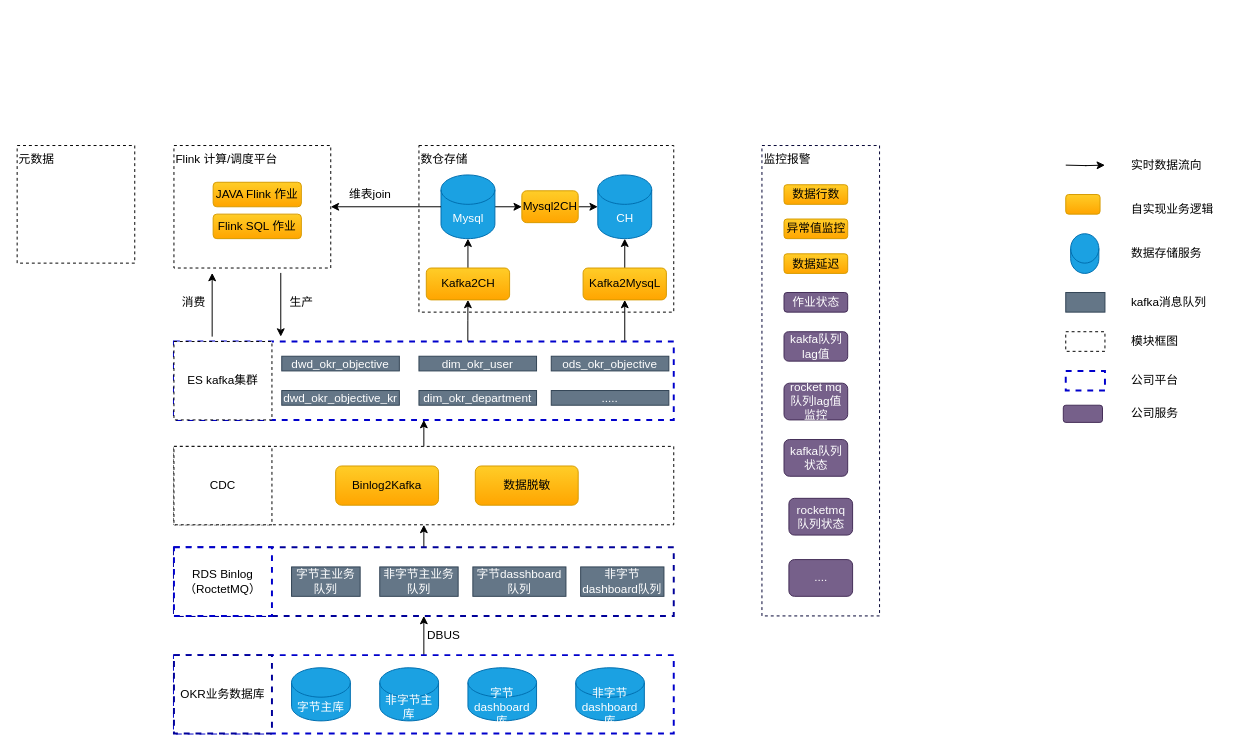
cicelprg/drawio keeps this draw.io diagram as okrx/okrx 数据流.drawio. Above is the earlier version. Source tidied: cells renumbered, new cells numbered last; positions are measured from the earlier drawing's top-left corner, leaving out a move shared by most shapes. Both pictures are drawn from the tidied source at 98%, with x=0, y=0 at pixel (17, 145).
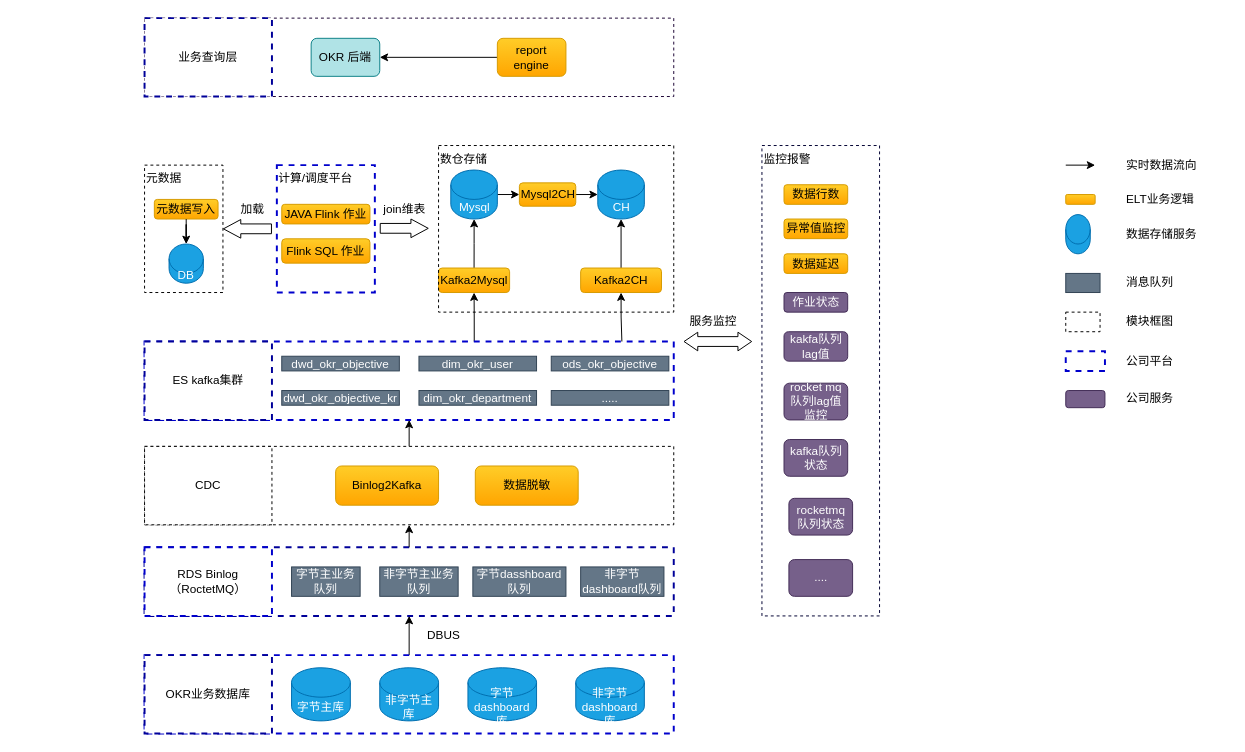
Above is the later version.

Change to the diagram source:
```diff
@@
     <mxCell id="3" style="rounded=0;whiteSpace=wrap;html=1;strokeWidth=2;fillColor=none;align=left;dashed=1;strokeColor=#0000CC;" parent="1" vertex="1">
-      <mxGeometry x="160" y="520" width="510" height="80" as="geometry" />
+      <mxGeometry x="130" y="520" width="540" height="80" as="geometry" />
     </mxCell>
     <mxCell id="4" value="OKR业务数据库" style="whiteSpace=wrap;html=1;strokeWidth=2;align=center;dashed=1;strokeColor=#000099;" parent="1" vertex="1">
-      <mxGeometry x="160" y="520" width="100" height="80" as="geometry" />
+      <mxGeometry x="130" y="520" width="130" height="80" as="geometry" />
     </mxCell>
-    <mxCell id="5" style="edgeStyle=orthogonalEdgeStyle;rounded=0;jettySize=auto;html=1;exitX=0.5;exitY=0;exitDx=0;exitDy=0;entryX=0.5;entryY=1;entryDx=0;entryDy=0;strokeWidth=1;" parent="1" edge="1" source="6" target="13">
-      <mxGeometry relative="1" as="geometry" />
-    </mxCell>
     <mxCell id="6" style="rounded=0;whiteSpace=wrap;html=1;strokeWidth=2;fillColor=none;align=left;dashed=1;strokeColor=#000099;" parent="1" vertex="1">
-      <mxGeometry x="160" y="410" width="510" height="70" as="geometry" />
+      <mxGeometry x="130" y="410" width="540" height="70" as="geometry" />
     </mxCell>
     <mxCell id="7" value="RDS Binlog&lt;br&gt;（RoctetMQ）" style="whiteSpace=wrap;html=1;strokeWidth=2;align=center;dashed=1;strokeColor=#0000CC;" parent="1" vertex="1">
-      <mxGeometry x="160" y="410" width="100" height="70" as="geometry" />
+      <mxGeometry x="130" y="410" width="130" height="70" as="geometry" />
     </mxCell>
@@
-    <mxCell id="12" style="edgeStyle=orthogonalEdgeStyle;rounded=0;jettySize=auto;html=1;exitX=0.5;exitY=0;exitDx=0;exitDy=0;entryX=0.5;entryY=1;entryDx=0;entryDy=0;strokeWidth=1;" parent="1" edge="1" source="13" target="18">
-      <mxGeometry relative="1" as="geometry" />
-    </mxCell>
+    <mxCell id="76" style="edgeStyle=orthogonalEdgeStyle;rounded=0;jettySize=auto;html=1;exitX=0.5;exitY=1;exitDx=0;exitDy=0;entryX=0.5;entryY=0;entryDx=0;entryDy=0;startArrow=classic;startFill=1;endArrow=none;endFill=0;strokeWidth=1;" parent="1" edge="1" source="13" target="6">
+      <mxGeometry relative="1" as="geometry" />
+    </mxCell>
     <mxCell id="13" style="rounded=0;whiteSpace=wrap;html=1;strokeWidth=1;fillColor=none;align=left;dashed=1;" parent="1" vertex="1">
-      <mxGeometry x="160" y="307" width="510" height="80" as="geometry" />
+      <mxGeometry x="130" y="307" width="540" height="80" as="geometry" />
     </mxCell>
     <mxCell id="14" value="CDC" style="whiteSpace=wrap;html=1;strokeWidth=1;align=center;dashed=1;" parent="1" vertex="1">
-      <mxGeometry x="160" y="307" width="100" height="80" as="geometry" />
+      <mxGeometry x="130" y="307" width="130" height="80" as="geometry" />
     </mxCell>
@@
-    <mxCell id="17" style="edgeStyle=orthogonalEdgeStyle;rounded=0;jettySize=auto;html=1;exitX=0.902;exitY=0;exitDx=0;exitDy=0;entryX=0.5;entryY=1;entryDx=0;entryDy=0;strokeWidth=1;exitPerimeter=0;" parent="1" edge="1" source="18" target="28">
-      <mxGeometry relative="1" as="geometry" />
-    </mxCell>
+    <mxCell id="21" style="edgeStyle=orthogonalEdgeStyle;rounded=0;jettySize=auto;html=1;exitX=0.623;exitY=0;exitDx=0;exitDy=0;entryX=0.5;entryY=1;entryDx=0;entryDy=0;startArrow=none;startFill=0;endArrow=classic;endFill=1;strokeWidth=1;exitPerimeter=0;" parent="1" edge="1" source="18" target="26">
+      <mxGeometry relative="1" as="geometry" />
+    </mxCell>
+    <mxCell id="77" style="edgeStyle=orthogonalEdgeStyle;rounded=0;jettySize=auto;html=1;exitX=0.5;exitY=1;exitDx=0;exitDy=0;entryX=0.5;entryY=0;entryDx=0;entryDy=0;startArrow=classic;startFill=1;endArrow=none;endFill=0;strokeWidth=1;" parent="1" edge="1" source="18" target="13">
+      <mxGeometry relative="1" as="geometry" />
+    </mxCell>
     <mxCell id="18" style="rounded=0;whiteSpace=wrap;html=1;strokeWidth=2;fillColor=none;align=left;dashed=1;strokeColor=#0000CC;" parent="1" vertex="1">
-      <mxGeometry x="160" y="200" width="510" height="80" as="geometry" />
+      <mxGeometry x="130" y="200" width="540" height="80" as="geometry" />
     </mxCell>
-    <mxCell id="19" value="ES kafka集群" style="whiteSpace=wrap;html=1;strokeWidth=1;align=center;dashed=1;" parent="1" vertex="1">
-      <mxGeometry x="160" y="200" width="100" height="80" as="geometry" />
+    <mxCell id="19" value="ES kafka集群" style="whiteSpace=wrap;html=1;strokeWidth=2;align=center;dashed=1;strokeColor=#000099;" parent="1" vertex="1">
+      <mxGeometry x="130" y="200" width="130" height="80" as="geometry" />
     </mxCell>
@@
-    <mxCell id="21" style="edgeStyle=orthogonalEdgeStyle;rounded=0;jettySize=auto;html=1;entryX=0.5;entryY=1;entryDx=0;entryDy=0;strokeWidth=1;exitX=0.588;exitY=0;exitDx=0;exitDy=0;exitPerimeter=0;" parent="1" edge="1" source="18" target="26">
-      <mxGeometry relative="1" as="geometry" />
-    </mxCell>
-    <mxCell id="22" style="edgeStyle=orthogonalEdgeStyle;rounded=0;jettySize=auto;html=1;exitX=1;exitY=0.5;exitDx=0;exitDy=0;exitPerimeter=0;strokeWidth=1;" parent="1" edge="1" source="23">
-      <mxGeometry relative="1" as="geometry">
-        <mxPoint x="515" y="62.5" as="targetPoint" />
-      </mxGeometry>
-    </mxCell>
+    <mxCell id="78" style="edgeStyle=orthogonalEdgeStyle;rounded=0;jettySize=auto;html=1;exitX=1;exitY=0.5;exitDx=0;exitDy=0;exitPerimeter=0;entryX=0;entryY=0.5;entryDx=0;entryDy=0;startArrow=none;startFill=0;endArrow=classic;endFill=1;strokeWidth=1;" parent="1" edge="1" source="23" target="36">
+      <mxGeometry relative="1" as="geometry" />
+    </mxCell>
     <mxCell id="23" value="Mysql" style="shape=cylinder3;whiteSpace=wrap;html=1;boundedLbl=1;backgroundOutline=1;size=15;strokeWidth=1;fillColor=#1ba1e2;align=center;strokeColor=#006EAF;fontColor=#ffffff;" parent="1" vertex="1">
-      <mxGeometry x="432.5" y="30" width="55" height="65" as="geometry" />
+      <mxGeometry x="442.5" y="25" width="47.5" height="50" as="geometry" />
     </mxCell>
     <mxCell id="24" value="CH" style="shape=cylinder3;whiteSpace=wrap;html=1;boundedLbl=1;backgroundOutline=1;size=15;strokeWidth=1;fillColor=#1ba1e2;align=center;strokeColor=#006EAF;fontColor=#ffffff;" parent="1" vertex="1">
-      <mxGeometry x="592.5" y="30" width="55" height="65" as="geometry" />
+      <mxGeometry x="592.5" y="25" width="47.5" height="50" as="geometry" />
     </mxCell>
-    <mxCell id="25" style="edgeStyle=orthogonalEdgeStyle;rounded=0;jettySize=auto;html=1;exitX=0.5;exitY=0;exitDx=0;exitDy=0;entryX=0.5;entryY=1;entryDx=0;entryDy=0;entryPerimeter=0;strokeWidth=1;" parent="1" edge="1" source="26" target="23">
+    <mxCell id="25" style="edgeStyle=orthogonalEdgeStyle;rounded=0;jettySize=auto;html=1;exitX=0.5;exitY=0;exitDx=0;exitDy=0;startArrow=none;startFill=0;endArrow=classic;endFill=1;strokeWidth=1;" parent="1" edge="1" source="26" target="23">
       <mxGeometry relative="1" as="geometry" />
     </mxCell>
-    <mxCell id="26" value="Kafka2CH" style="rounded=1;whiteSpace=wrap;html=1;strokeWidth=1;fillColor=#ffcd28;align=center;strokeColor=#d79b00;gradientColor=#ffa500;" parent="1" vertex="1">
-      <mxGeometry x="417.5" y="125" width="85" height="32.5" as="geometry" />
+    <mxCell id="26" value="Kafka2Mysql" style="rounded=1;whiteSpace=wrap;html=1;strokeWidth=1;fillColor=#ffcd28;align=center;strokeColor=#d79b00;gradientColor=#ffa500;" parent="1" vertex="1">
+      <mxGeometry x="430" y="125" width="72.5" height="25" as="geometry" />
     </mxCell>
-    <mxCell id="27" style="edgeStyle=orthogonalEdgeStyle;rounded=0;jettySize=auto;html=1;exitX=0.5;exitY=0;exitDx=0;exitDy=0;entryX=0.5;entryY=1;entryDx=0;entryDy=0;entryPerimeter=0;strokeWidth=1;" parent="1" edge="1" source="28" target="24">
+    <mxCell id="27" style="edgeStyle=orthogonalEdgeStyle;rounded=0;jettySize=auto;html=1;exitX=0.5;exitY=0;exitDx=0;exitDy=0;entryX=0.5;entryY=1;entryDx=0;entryDy=0;entryPerimeter=0;startArrow=none;startFill=0;endArrow=classic;endFill=1;strokeWidth=1;" parent="1" edge="1" source="28" target="24">
       <mxGeometry relative="1" as="geometry" />
     </mxCell>
+    <mxCell id="79" style="edgeStyle=orthogonalEdgeStyle;rounded=0;jettySize=auto;html=1;exitX=0.5;exitY=1;exitDx=0;exitDy=0;entryX=0.902;entryY=0;entryDx=0;entryDy=0;entryPerimeter=0;startArrow=classic;startFill=1;endArrow=none;endFill=0;strokeWidth=1;" parent="1" edge="1" source="28" target="18">
+      <mxGeometry relative="1" as="geometry" />
+    </mxCell>
-    <mxCell id="28" value="Kafka2MysqL" style="rounded=1;whiteSpace=wrap;html=1;strokeWidth=1;fillColor=#ffcd28;align=center;strokeColor=#d79b00;gradientColor=#ffa500;" parent="1" vertex="1">
-      <mxGeometry x="577.5" y="125" width="85" height="32.5" as="geometry" />
+    <mxCell id="28" value="Kafka2CH" style="rounded=1;whiteSpace=wrap;html=1;strokeWidth=1;fillColor=#ffcd28;align=center;strokeColor=#d79b00;gradientColor=#ffa500;" parent="1" vertex="1">
+      <mxGeometry x="575" y="125" width="82.5" height="25" as="geometry" />
     </mxCell>
-    <mxCell id="29" style="edgeStyle=orthogonalEdgeStyle;rounded=0;jettySize=auto;html=1;entryX=0;entryY=0.5;entryDx=0;entryDy=0;entryPerimeter=0;strokeWidth=1;" parent="1" edge="1" source="36" target="24">
-      <mxGeometry relative="1" as="geometry" />
-    </mxCell>
     <mxCell id="30" value="Flink SQL 作业" style="rounded=1;whiteSpace=wrap;html=1;strokeWidth=1;fillColor=#ffcd28;align=center;strokeColor=#d79b00;gradientColor=#ffa500;" parent="1" vertex="1">
-      <mxGeometry x="200" y="70" width="90" height="25" as="geometry" />
+      <mxGeometry x="270" y="95.2" width="90" height="24.8" as="geometry" />
     </mxCell>
     <mxCell id="31" value="数仓存储" style="rounded=0;whiteSpace=wrap;html=1;strokeWidth=1;fillColor=none;align=left;verticalAlign=top;dashed=1;" parent="1" vertex="1">
-      <mxGeometry x="410" width="260" height="170" as="geometry" />
+      <mxGeometry x="430" width="240" height="170" as="geometry" />
     </mxCell>
-    <mxCell id="32" value="维表join" style="text;html=1;align=center;verticalAlign=middle;" parent="1" vertex="1">
-      <mxGeometry x="330" y="40" width="60" height="20" as="geometry" />
+    <mxCell id="32" value="join维表" style="text;html=1;align=center;verticalAlign=middle;" parent="1" vertex="1">
+      <mxGeometry x="365" y="55" width="60" height="20" as="geometry" />
     </mxCell>
     <mxCell id="33" style="edgeStyle=orthogonalEdgeStyle;rounded=0;orthogonalLoop=1;jettySize=auto;html=1;entryX=0.6;entryY=0;entryDx=0;entryDy=0;entryPerimeter=0;strokeWidth=1;endArrow=none;endFill=0;startArrow=classic;startFill=1;" parent="1" edge="1">
       <mxGeometry relative="1" as="geometry">
-        <mxPoint x="1110" y="20" as="sourcePoint" />
+        <mxPoint x="1100" y="20" as="sourcePoint" />
         <mxPoint x="1070" y="20" as="targetPoint" />
       </mxGeometry>
     </mxCell>
     <mxCell id="34" value="实时数据流向" style="text;html=1;align=left;verticalAlign=middle;" parent="1" vertex="1">
-      <mxGeometry x="1135" y="10" width="90" height="20" as="geometry" />
+      <mxGeometry x="1130" y="10" width="90" height="20" as="geometry" />
     </mxCell>
     <mxCell id="35" style="rounded=1;whiteSpace=wrap;html=1;strokeWidth=1;fillColor=#ffcd28;align=center;strokeColor=#d79b00;gradientColor=#ffa500;" parent="1" vertex="1">
-      <mxGeometry x="1070" y="50" width="35" height="20" as="geometry" />
+      <mxGeometry x="1070" y="50" width="30" height="10" as="geometry" />
     </mxCell>
+    <mxCell id="29" style="edgeStyle=orthogonalEdgeStyle;rounded=0;jettySize=auto;html=1;exitX=1;exitY=0.5;exitDx=0;exitDy=0;entryX=0;entryY=0.5;entryDx=0;entryDy=0;entryPerimeter=0;startArrow=none;startFill=0;endArrow=classic;endFill=1;strokeWidth=1;" parent="1" edge="1" source="36" target="24">
+      <mxGeometry relative="1" as="geometry" />
+    </mxCell>
     <mxCell id="36" value="Mysql2CH" style="rounded=1;whiteSpace=wrap;html=1;strokeWidth=1;fillColor=#ffcd28;align=center;strokeColor=#d79b00;gradientColor=#ffa500;" parent="1" vertex="1">
-      <mxGeometry x="515" y="46.2" width="57.5" height="32.5" as="geometry" />
+      <mxGeometry x="512.5" y="38.1" width="57.5" height="23.8" as="geometry" />
     </mxCell>
-    <mxCell id="37" value="自实现业务逻辑" style="text;html=1;align=left;verticalAlign=middle;" parent="1" vertex="1">
-      <mxGeometry x="1135" y="55" width="100" height="20" as="geometry" />
+    <mxCell id="37" value="ELT业务逻辑" style="text;html=1;align=left;verticalAlign=middle;" parent="1" vertex="1">
+      <mxGeometry x="1130" y="45" width="80" height="20" as="geometry" />
     </mxCell>
     <mxCell id="38" style="shape=cylinder3;whiteSpace=wrap;html=1;boundedLbl=1;backgroundOutline=1;size=15;strokeWidth=1;fillColor=#1ba1e2;align=center;strokeColor=#006EAF;fontColor=#ffffff;" parent="1" vertex="1">
-      <mxGeometry x="1075" y="90" width="28.8" height="40.5" as="geometry" />
+      <mxGeometry x="1070" y="70.5" width="25" height="40" as="geometry" />
     </mxCell>
     <mxCell id="39" value="数据存储服务" style="text;html=1;align=left;verticalAlign=middle;" parent="1" vertex="1">
-      <mxGeometry x="1135" y="100.2" width="90" height="20" as="geometry" />
+      <mxGeometry x="1130" y="80.5" width="90" height="20" as="geometry" />
     </mxCell>
     <mxCell id="40" style="rounded=0;whiteSpace=wrap;html=1;strokeWidth=1;fillColor=#647687;align=center;strokeColor=#314354;fontColor=#ffffff;" parent="1" vertex="1">
-      <mxGeometry x="1070" y="150" width="40" height="20" as="geometry" />
+      <mxGeometry x="1070" y="130.5" width="35" height="19.5" as="geometry" />
     </mxCell>
-    <mxCell id="41" value="kafka消息队列" style="text;html=1;align=left;verticalAlign=middle;" parent="1" vertex="1">
-      <mxGeometry x="1135" y="150" width="90" height="20" as="geometry" />
+    <mxCell id="41" value="消息队列" style="text;html=1;align=left;verticalAlign=middle;" parent="1" vertex="1">
+      <mxGeometry x="1130" y="130" width="60" height="20" as="geometry" />
     </mxCell>
     <mxCell id="42" style="rounded=0;whiteSpace=wrap;html=1;strokeWidth=1;fillColor=none;align=left;dashed=1;" parent="1" vertex="1">
-      <mxGeometry x="1070" y="190" width="40" height="20" as="geometry" />
+      <mxGeometry x="1070" y="170" width="35" height="20" as="geometry" />
     </mxCell>
     <mxCell id="43" value="模块框图" style="text;html=1;align=left;verticalAlign=middle;" parent="1" vertex="1">
-      <mxGeometry x="1135" y="190" width="60" height="20" as="geometry" />
+      <mxGeometry x="1130" y="170" width="60" height="20" as="geometry" />
     </mxCell>
@@
-    <mxCell id="54" value="Flink 计算/调度平台" style="rounded=0;whiteSpace=wrap;html=1;strokeWidth=1;align=left;fillColor=none;verticalAlign=top;dashed=1;" parent="1" vertex="1">
-      <mxGeometry x="160" width="160" height="125" as="geometry" />
+    <mxCell id="54" value="计算/调度平台" style="rounded=0;whiteSpace=wrap;html=1;strokeWidth=2;align=left;fillColor=none;verticalAlign=top;strokeColor=#0000CC;dashed=1;" parent="1" vertex="1">
+      <mxGeometry x="265" y="20" width="100" height="130" as="geometry" />
     </mxCell>
-    <mxCell id="55" style="edgeStyle=orthogonalEdgeStyle;rounded=0;jettySize=auto;html=1;exitX=0;exitY=0.5;exitDx=0;exitDy=0;exitPerimeter=0;entryX=1;entryY=0.5;entryDx=0;entryDy=0;strokeWidth=1;" parent="1" edge="1" source="23" target="54">
-      <mxGeometry relative="1" as="geometry" />
-    </mxCell>
     <mxCell id="56" value="JAVA Flink 作业" style="rounded=1;whiteSpace=wrap;html=1;strokeWidth=1;fillColor=#ffcd28;align=center;strokeColor=#d79b00;gradientColor=#ffa500;" parent="1" vertex="1">
-      <mxGeometry x="200" y="37.5" width="90" height="25" as="geometry" />
+      <mxGeometry x="270" y="60" width="90" height="20" as="geometry" />
     </mxCell>
-    <mxCell id="57" style="endArrow=classic;html=1;strokeWidth=1;" parent="1" edge="1">
-      <mxGeometry relative="1" as="geometry">
-        <mxPoint x="199" y="195" as="sourcePoint" />
-        <mxPoint x="199" y="130" as="targetPoint" />
-      </mxGeometry>
-    </mxCell>
-    <mxCell id="58" style="endArrow=none;html=1;strokeWidth=1;startArrow=classic;startFill=1;endFill=0;" parent="1" edge="1">
-      <mxGeometry relative="1" as="geometry">
-        <mxPoint x="269" y="195" as="sourcePoint" />
-        <mxPoint x="269" y="130" as="targetPoint" />
-      </mxGeometry>
-    </mxCell>
-    <mxCell id="59" value="消费" style="text;html=1;align=center;verticalAlign=middle;" parent="1" vertex="1">
-      <mxGeometry x="160" y="150" width="40" height="20" as="geometry" />
-    </mxCell>
-    <mxCell id="60" value="生产" style="text;html=1;align=center;verticalAlign=middle;" parent="1" vertex="1">
-      <mxGeometry x="270" y="150" width="40" height="20" as="geometry" />
-    </mxCell>
     <mxCell id="61" style="rounded=0;whiteSpace=wrap;html=1;strokeWidth=2;fillColor=none;align=left;dashed=1;strokeColor=#0000CC;" parent="1" vertex="1">
-      <mxGeometry x="1070" y="230" width="40" height="20" as="geometry" />
+      <mxGeometry x="1070" y="210" width="40" height="20" as="geometry" />
     </mxCell>
     <mxCell id="62" value="公司平台" style="text;html=1;align=left;verticalAlign=middle;" parent="1" vertex="1">
-      <mxGeometry x="1135" y="230" width="60" height="20" as="geometry" />
+      <mxGeometry x="1130" y="210" width="60" height="20" as="geometry" />
     </mxCell>
@@
     <mxCell id="70" style="rounded=1;whiteSpace=wrap;html=1;strokeWidth=1;fillColor=#76608a;align=center;strokeColor=#432D57;fontColor=#ffffff;" parent="1" vertex="1">
-      <mxGeometry x="1067.5" y="265" width="40" height="17.5" as="geometry" />
+      <mxGeometry x="1070" y="250" width="40" height="17.5" as="geometry" />
     </mxCell>
     <mxCell id="71" value="公司服务" style="text;html=1;align=left;verticalAlign=middle;" parent="1" vertex="1">
-      <mxGeometry x="1135" y="262.5" width="60" height="20" as="geometry" />
+      <mxGeometry x="1130" y="247.5" width="60" height="20" as="geometry" />
     </mxCell>
     <mxCell id="72" value="元数据" style="rounded=0;whiteSpace=wrap;html=1;strokeWidth=1;align=left;fillColor=none;verticalAlign=top;dashed=1;" parent="1" vertex="1">
-      <mxGeometry width="120" height="120" as="geometry" />
+      <mxGeometry x="130" y="20" width="80" height="130" as="geometry" />
     </mxCell>
@@
+    <mxCell id="80" value="元数据写入" style="rounded=1;whiteSpace=wrap;html=1;strokeWidth=1;fillColor=#ffcd28;align=center;strokeColor=#d79b00;gradientColor=#ffa500;" parent="1" vertex="1">
+      <mxGeometry x="140" y="55" width="65" height="20" as="geometry" />
+    </mxCell>
+    <mxCell id="81" style="edgeStyle=orthogonalEdgeStyle;rounded=0;jettySize=auto;html=1;exitX=0.5;exitY=0;exitDx=0;exitDy=0;exitPerimeter=0;startArrow=classic;startFill=1;endArrow=none;endFill=0;strokeWidth=1;" parent="1" edge="1" source="82" target="80">
+      <mxGeometry relative="1" as="geometry" />
+    </mxCell>
+    <mxCell id="82" value="DB" style="shape=cylinder3;whiteSpace=wrap;html=1;boundedLbl=1;backgroundOutline=1;size=15;strokeWidth=1;fillColor=#1ba1e2;align=center;strokeColor=#006EAF;fontColor=#ffffff;" parent="1" vertex="1">
+      <mxGeometry x="155" y="100.5" width="35" height="40" as="geometry" />
+    </mxCell>
+    <mxCell id="83" style="shape=flexArrow;endArrow=classic;html=1;strokeWidth=1;endWidth=8;endSize=5.56;entryX=1;entryY=0.5;entryDx=0;entryDy=0;" parent="1" edge="1" target="72">
+      <mxGeometry relative="1" as="geometry">
+        <mxPoint x="260" y="85" as="sourcePoint" />
+      </mxGeometry>
+    </mxCell>
+    <mxCell id="84" value="加载" style="text;html=1;align=center;verticalAlign=middle;" parent="1" vertex="1">
+      <mxGeometry x="220" y="55" width="40" height="20" as="geometry" />
+    </mxCell>
+    <mxCell id="85" style="shape=flexArrow;endArrow=classic;html=1;strokeWidth=1;endWidth=8;endSize=5.56;" parent="1" edge="1">
+      <mxGeometry relative="1" as="geometry">
+        <mxPoint x="370" y="84.5" as="sourcePoint" />
+        <mxPoint x="420" y="84.5" as="targetPoint" />
+      </mxGeometry>
+    </mxCell>
+    <mxCell id="86" style="rounded=0;whiteSpace=wrap;html=1;strokeWidth=1;fillColor=none;align=left;dashed=1;strokeColor=#190033;" parent="1" vertex="1">
+      <mxGeometry x="130" y="-130" width="540" height="80" as="geometry" />
+    </mxCell>
+    <mxCell id="87" style="shape=flexArrow;endArrow=classic;startArrow=classic;html=1;strokeWidth=1;endWidth=8;endSize=4.33;startWidth=8;startSize=4.33;" parent="1" edge="1">
+      <mxGeometry relative="1" as="geometry">
+        <mxPoint x="680" y="200" as="sourcePoint" />
+        <mxPoint x="750" y="200" as="targetPoint" />
+      </mxGeometry>
+    </mxCell>
+    <mxCell id="88" value="服务监控" style="text;html=1;align=center;verticalAlign=middle;" parent="1" vertex="1">
+      <mxGeometry x="680" y="170" width="60" height="20" as="geometry" />
+    </mxCell>
+    <mxCell id="89" value="业务查询层" style="whiteSpace=wrap;html=1;strokeWidth=2;align=center;dashed=1;strokeColor=#000099;" parent="1" vertex="1">
+      <mxGeometry x="130" y="-130" width="130" height="80" as="geometry" />
+    </mxCell>
+    <mxCell id="90" style="edgeStyle=orthogonalEdgeStyle;rounded=0;jettySize=auto;html=1;exitX=1;exitY=0.5;exitDx=0;exitDy=0;startArrow=classic;startFill=1;endArrow=none;endFill=0;strokeWidth=1;" parent="1" edge="1" source="91" target="92">
+      <mxGeometry relative="1" as="geometry" />
+    </mxCell>
+    <mxCell id="91" value="OKR 后端" style="rounded=1;whiteSpace=wrap;html=1;strokeWidth=1;fillColor=#b0e3e6;align=center;strokeColor=#0e8088;" parent="1" vertex="1">
+      <mxGeometry x="300" y="-109.4" width="70" height="38.8" as="geometry" />
+    </mxCell>
+    <mxCell id="92" value="report engine" style="rounded=1;whiteSpace=wrap;html=1;strokeWidth=1;fillColor=#ffcd28;align=center;strokeColor=#d79b00;gradientColor=#ffa500;" parent="1" vertex="1">
+      <mxGeometry x="490" y="-109.4" width="70" height="38.8" as="geometry" />
+    </mxCell>
```
